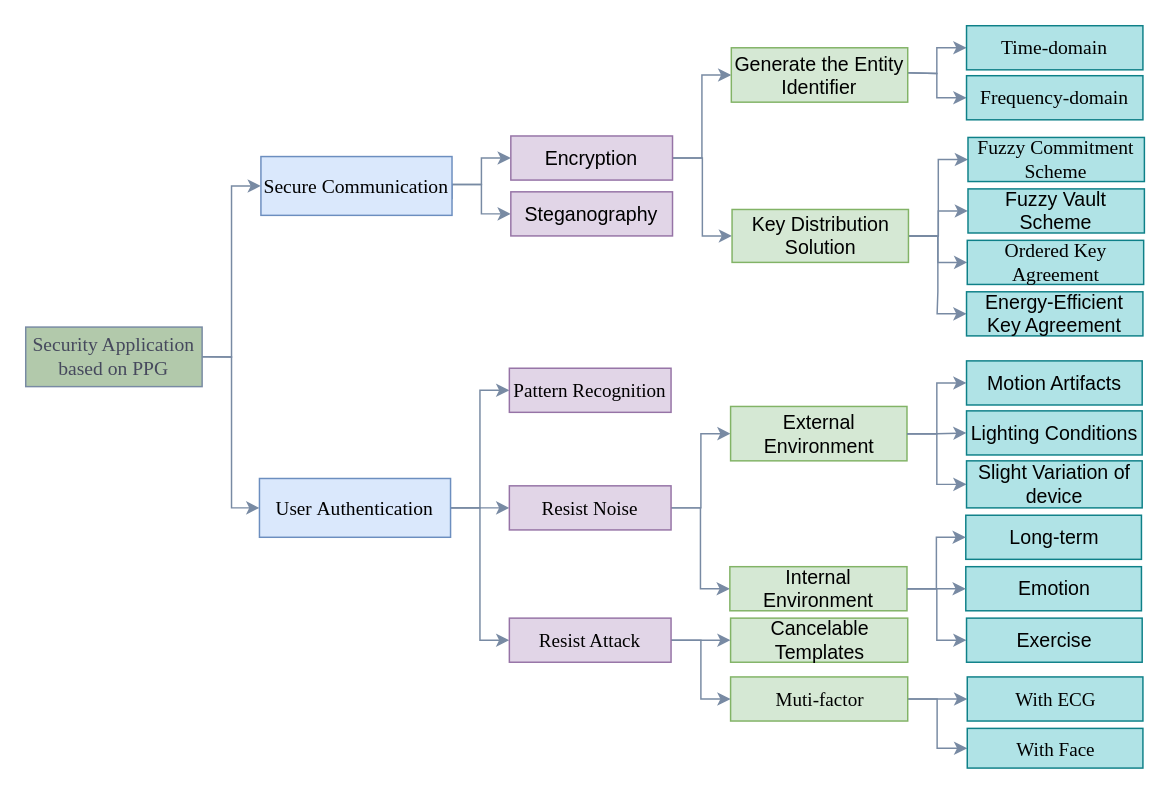
This is classDiagram.drawio from NasTul/Diagrams, a draw.io file, before an edit. Source tidied: cells renumbered, new cells numbered last; positions are measured from the earlier drawing's top-left corner, leaving out a move shared by most shapes. Both pictures are drawn from the tidied source at 147%, with x=0, y=0 at pixel (25, 25).
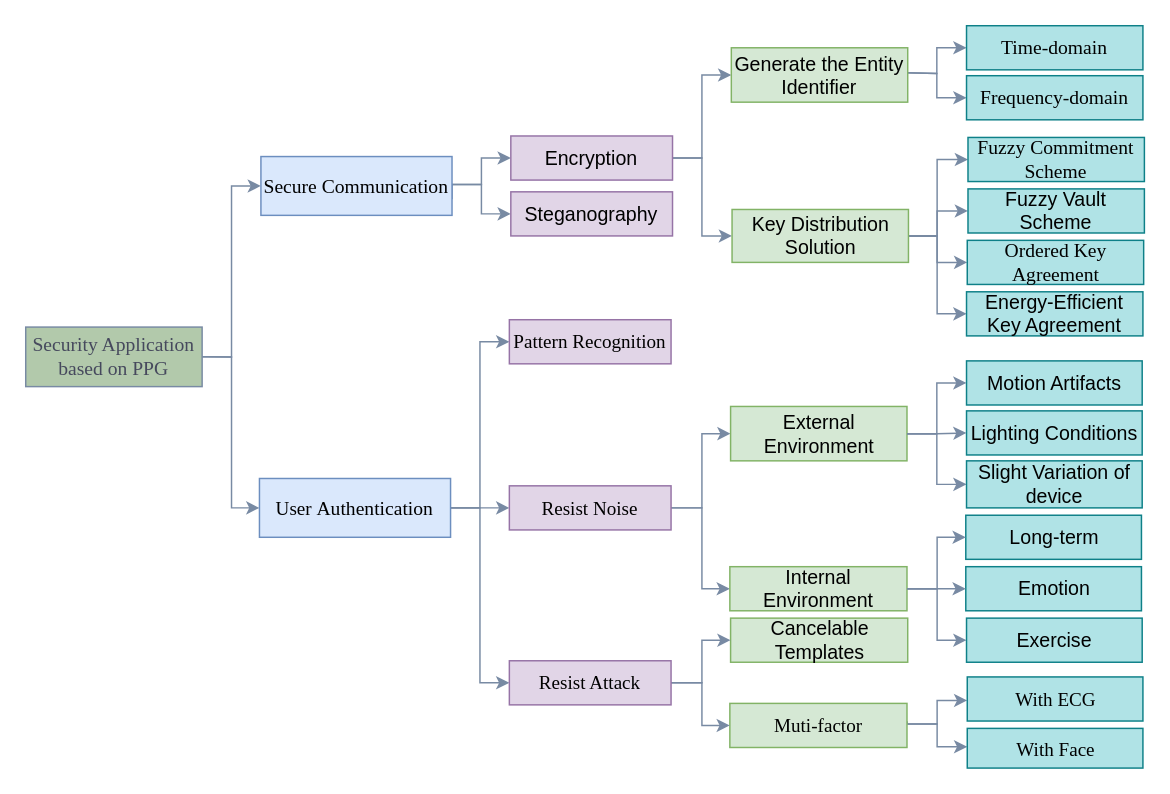
The same diagram, later.

The change refers to these unchanged cells:
```xml
<mxCell id="12" value="&lt;span style=&quot;font-family: &amp;#34;noto_regular&amp;#34; ; font-size: 10pt&quot;&gt;Encryption&lt;/span&gt;" style="rounded=0;whiteSpace=wrap;html=1;fillColor=#e1d5e7;strokeColor=#9673a6;" parent="1" vertex="1">
  <mxGeometry x="330" y="75" width="110" height="30" as="geometry" />
</mxCell>
<mxCell id="16" value="&lt;span style=&quot;font-family: &amp;#34;noto_regular&amp;#34; ; font-size: 10pt&quot;&gt;Generate the Entity Identifier&lt;/span&gt;" style="rounded=0;whiteSpace=wrap;html=1;fillColor=#d5e8d4;strokeColor=#82b366;" parent="1" vertex="1">
  <mxGeometry x="480" y="15" width="120" height="37" as="geometry" />
</mxCell>
<mxCell id="21" value="&lt;span style=&quot;font-family: &amp;#34;noto_regular&amp;#34; ; font-size: 10pt&quot;&gt;Key Distribution Solution&lt;/span&gt;" style="rounded=0;whiteSpace=wrap;html=1;fillColor=#d5e8d4;strokeColor=#82b366;" parent="1" vertex="1">
  <mxGeometry x="480.5" y="125" width="120" height="36" as="geometry" />
</mxCell>
<mxCell id="22" value="&lt;span style=&quot;font-size: 10pt&quot;&gt;&lt;font face=&quot;Times New Roman&quot;&gt;Fuzzy Commitment Scheme&lt;/font&gt;&lt;/span&gt;" style="rounded=0;whiteSpace=wrap;html=1;fillColor=#b0e3e6;strokeColor=#0e8088;" parent="1" vertex="1">
  <mxGeometry x="641" y="76" width="120" height="30" as="geometry" />
</mxCell>
<mxCell id="23" value="&lt;span style=&quot;font-family: &amp;#34;noto_regular&amp;#34; ; font-size: 10pt&quot;&gt;Fuzzy Vault Scheme&lt;/span&gt;" style="rounded=0;whiteSpace=wrap;html=1;fillColor=#b0e3e6;strokeColor=#0e8088;" parent="1" vertex="1">
  <mxGeometry x="641" y="111" width="120" height="30" as="geometry" />
</mxCell>
<mxCell id="24" value="&lt;span style=&quot;font-size: 10pt&quot;&gt;&lt;font face=&quot;Times New Roman&quot;&gt;Ordered Key Agreement&lt;/font&gt;&lt;/span&gt;" style="rounded=0;whiteSpace=wrap;html=1;fillColor=#b0e3e6;strokeColor=#0e8088;" parent="1" vertex="1">
  <mxGeometry x="640.5" y="146" width="120" height="30" as="geometry" />
</mxCell>
<mxCell id="25" value="&lt;span style=&quot;font-family: &amp;#34;noto_regular&amp;#34; ; font-size: 10pt&quot;&gt;Energy-Efficient Key Agreement&lt;/span&gt;" style="rounded=0;whiteSpace=wrap;html=1;fillColor=#b0e3e6;strokeColor=#0e8088;" parent="1" vertex="1">
  <mxGeometry x="640" y="181" width="120" height="30" as="geometry" />
</mxCell>
<mxCell id="26" value="&lt;font face=&quot;noto_regular&quot;&gt;&lt;span style=&quot;font-size: 13.3333px&quot;&gt;External Environment&lt;/span&gt;&lt;/font&gt;" style="rounded=0;whiteSpace=wrap;html=1;fillColor=#d5e8d4;strokeColor=#82b366;" parent="1" vertex="1">
  <mxGeometry x="479.5" y="259" width="120" height="37" as="geometry" />
</mxCell>
<mxCell id="34" value="&lt;p&gt;&lt;font face=&quot;noto_regular&quot;&gt;&lt;span style=&quot;font-size: 13.3333px&quot;&gt;Internal Environment&lt;/span&gt;&lt;/font&gt;&lt;br&gt;&lt;/p&gt;" style="rounded=0;whiteSpace=wrap;html=1;fillColor=#d5e8d4;strokeColor=#82b366;" parent="1" vertex="1">
  <mxGeometry x="479" y="368" width="120.5" height="30" as="geometry" />
</mxCell>
<mxCell id="39" value="&lt;font face=&quot;Times New Roman&quot;&gt;Resist Noise&lt;/font&gt;" style="rounded=0;whiteSpace=wrap;html=1;fontSize=13;fillColor=#e1d5e7;strokeColor=#9673a6;" parent="1" vertex="1">
  <mxGeometry x="329" y="313" width="110" height="30" as="geometry" />
</mxCell>
<mxCell id="45" value="&lt;font face=&quot;Times New Roman&quot;&gt;With&amp;nbsp;ECG&lt;/font&gt;" style="whiteSpace=wrap;html=1;rounded=0;fontSize=13;strokeColor=#0e8088;fillColor=#b0e3e6;" parent="1" vertex="1">
  <mxGeometry x="640.5" y="443" width="119.5" height="30" as="geometry" />
</mxCell>
<mxCell id="46" value="&lt;font face=&quot;Times New Roman&quot;&gt;With&amp;nbsp;Face&lt;/font&gt;" style="whiteSpace=wrap;html=1;rounded=0;fontSize=13;strokeColor=#0e8088;fillColor=#b0e3e6;" parent="1" vertex="1">
  <mxGeometry x="640.5" y="478" width="119.5" height="27" as="geometry" />
</mxCell>
<mxCell id="47" value="&lt;font face=&quot;noto_regular&quot;&gt;&lt;span style=&quot;font-size: 13.3333px&quot;&gt;Long-term&lt;/span&gt;&lt;/font&gt;" style="rounded=0;whiteSpace=wrap;html=1;fillColor=#b0e3e6;strokeColor=#0e8088;" parent="1" vertex="1">
  <mxGeometry x="639.5" y="333" width="119.5" height="30" as="geometry" />
</mxCell>
<mxCell id="52" value="&lt;span style=&quot;font-family: &amp;#34;noto_regular&amp;#34; ; font-size: 10pt&quot;&gt;Cancelable Templates&lt;/span&gt;" style="rounded=0;whiteSpace=wrap;html=1;fillColor=#d5e8d4;strokeColor=#82b366;" parent="1" vertex="1">
  <mxGeometry x="479.5" y="403" width="120.5" height="30" as="geometry" />
</mxCell>
<mxCell id="56" value="&lt;font face=&quot;noto_regular&quot;&gt;&lt;span style=&quot;font-size: 13.3333px&quot;&gt;Exercise&lt;/span&gt;&lt;/font&gt;" style="rounded=0;whiteSpace=wrap;html=1;fillColor=#b0e3e6;strokeColor=#0e8088;" parent="1" vertex="1">
  <mxGeometry x="640" y="403" width="119.5" height="30" as="geometry" />
</mxCell>
```

What changed in the source:
```diff
@@
     <mxCell id="5" style="edgeStyle=orthogonalEdgeStyle;rounded=0;jettySize=auto;html=1;entryX=0;entryY=0.5;entryDx=0;entryDy=0;fillColor=#B2C9AB;strokeColor=#788AA3;exitX=1;exitY=0.5;exitDx=0;exitDy=0;fontColor=#46495D;" parent="1" edge="1" source="39" target="26">
-      <mxGeometry relative="1" as="geometry" />
+      <mxGeometry relative="1" as="geometry">
+        <Array as="points">
+          <mxPoint x="460" y="328" />
+          <mxPoint x="460" y="277" />
+        </Array>
+      </mxGeometry>
     </mxCell>
     <mxCell id="6" style="edgeStyle=orthogonalEdgeStyle;rounded=0;jettySize=auto;html=1;entryX=0;entryY=0.5;entryDx=0;entryDy=0;fillColor=#B2C9AB;strokeColor=#788AA3;exitX=1;exitY=0.5;exitDx=0;exitDy=0;fontColor=#46495D;" parent="1" edge="1" source="39" target="34">
-      <mxGeometry relative="1" as="geometry" />
+      <mxGeometry relative="1" as="geometry">
+        <Array as="points">
+          <mxPoint x="460" y="328" />
+          <mxPoint x="460" y="383" />
+        </Array>
+      </mxGeometry>
     </mxCell>
@@
     <mxCell id="10" style="edgeStyle=orthogonalEdgeStyle;rounded=0;jettySize=auto;html=1;entryX=0;entryY=0.5;entryDx=0;entryDy=0;fillColor=#B2C9AB;strokeColor=#788AA3;fontColor=#46495D;exitX=1;exitY=0.5;exitDx=0;exitDy=0;" parent="1" edge="1" source="12" target="16">
-      <mxGeometry relative="1" as="geometry" />
+      <mxGeometry relative="1" as="geometry">
+        <Array as="points">
+          <mxPoint x="460" y="90" />
+          <mxPoint x="460" y="34" />
+        </Array>
+      </mxGeometry>
     </mxCell>
     <mxCell id="11" style="edgeStyle=orthogonalEdgeStyle;rounded=0;jettySize=auto;html=1;entryX=0;entryY=0.5;entryDx=0;entryDy=0;fillColor=#B2C9AB;strokeColor=#788AA3;fontColor=#46495D;exitX=1;exitY=0.5;exitDx=0;exitDy=0;" parent="1" edge="1" source="12" target="21">
-      <mxGeometry relative="1" as="geometry" />
+      <mxGeometry relative="1" as="geometry">
+        <Array as="points">
+          <mxPoint x="460" y="90" />
+          <mxPoint x="460" y="143" />
+        </Array>
+      </mxGeometry>
     </mxCell>
@@
     <mxCell id="17" style="edgeStyle=orthogonalEdgeStyle;rounded=0;jettySize=auto;html=1;entryX=0;entryY=0.5;entryDx=0;entryDy=0;fillColor=#B2C9AB;strokeColor=#788AA3;fontColor=#46495D;" parent="1" edge="1" source="21" target="22">
-      <mxGeometry relative="1" as="geometry" />
+      <mxGeometry relative="1" as="geometry">
+        <Array as="points">
+          <mxPoint x="620" y="143" />
+          <mxPoint x="620" y="91" />
+        </Array>
+      </mxGeometry>
     </mxCell>
     <mxCell id="18" style="edgeStyle=orthogonalEdgeStyle;rounded=0;jettySize=auto;html=1;fillColor=#B2C9AB;strokeColor=#788AA3;entryX=0;entryY=0.5;entryDx=0;entryDy=0;fontColor=#46495D;" parent="1" edge="1" source="21" target="23">
-      <mxGeometry relative="1" as="geometry" />
+      <mxGeometry relative="1" as="geometry">
+        <Array as="points">
+          <mxPoint x="620" y="143" />
+          <mxPoint x="620" y="126" />
+        </Array>
+      </mxGeometry>
     </mxCell>
     <mxCell id="19" style="edgeStyle=orthogonalEdgeStyle;rounded=0;jettySize=auto;html=1;entryX=0;entryY=0.5;entryDx=0;entryDy=0;fillColor=#B2C9AB;strokeColor=#788AA3;fontColor=#46495D;" parent="1" edge="1" source="21" target="24">
-      <mxGeometry relative="1" as="geometry" />
+      <mxGeometry relative="1" as="geometry">
+        <Array as="points">
+          <mxPoint x="620" y="143" />
+          <mxPoint x="620" y="161" />
+        </Array>
+      </mxGeometry>
     </mxCell>
     <mxCell id="20" style="edgeStyle=orthogonalEdgeStyle;rounded=0;jettySize=auto;html=1;entryX=0;entryY=0.5;entryDx=0;entryDy=0;fillColor=#B2C9AB;strokeColor=#788AA3;fontColor=#46495D;" parent="1" edge="1" source="21" target="25">
-      <mxGeometry relative="1" as="geometry" />
+      <mxGeometry relative="1" as="geometry">
+        <Array as="points">
+          <mxPoint x="620" y="143" />
+          <mxPoint x="620" y="196" />
+        </Array>
+      </mxGeometry>
     </mxCell>
@@
     <mxCell id="33" style="edgeStyle=orthogonalEdgeStyle;rounded=0;jettySize=auto;html=1;entryX=0;entryY=0.5;entryDx=0;entryDy=0;fillColor=#dae8fc;strokeColor=#788AA3;" parent="1" edge="1" source="34" target="56">
-      <mxGeometry relative="1" as="geometry" />
+      <mxGeometry relative="1" as="geometry">
+        <Array as="points">
+          <mxPoint x="620" y="383" />
+          <mxPoint x="620" y="418" />
+        </Array>
+      </mxGeometry>
     </mxCell>
@@
-    <mxCell id="40" style="edgeStyle=orthogonalEdgeStyle;rounded=0;jettySize=auto;html=1;entryX=0;entryY=0.5;entryDx=0;entryDy=0;fillColor=#B2C9AB;strokeColor=#788AA3;fontColor=#46495D;exitX=1;exitY=0.5;exitDx=0;exitDy=0;" parent="1" edge="1" source="42" target="45">
+    <mxCell id="40" style="edgeStyle=orthogonalEdgeStyle;rounded=0;orthogonalLoop=1;jettySize=auto;html=1;entryX=0;entryY=0.5;entryDx=0;entryDy=0;fillColor=#B2C9AB;strokeColor=#788AA3;fontColor=#46495D;" parent="1" edge="1">
       <mxGeometry relative="1" as="geometry">
+        <mxPoint x="600" y="475" as="sourcePoint" />
+        <mxPoint x="640.5" y="459" as="targetPoint" />
         <Array as="points">
-          <mxPoint x="641" y="458" />
+          <mxPoint x="620" y="475" />
+          <mxPoint x="620" y="459" />
         </Array>
       </mxGeometry>
     </mxCell>
-    <mxCell id="41" style="edgeStyle=orthogonalEdgeStyle;rounded=0;jettySize=auto;html=1;entryX=0;entryY=0.5;entryDx=0;entryDy=0;fillColor=#B2C9AB;strokeColor=#788AA3;fontColor=#46495D;exitX=1;exitY=0.5;exitDx=0;exitDy=0;" parent="1" edge="1" source="42" target="46">
+    <mxCell id="41" style="edgeStyle=orthogonalEdgeStyle;rounded=0;orthogonalLoop=1;jettySize=auto;html=1;entryX=0;entryY=0.5;entryDx=0;entryDy=0;fillColor=#B2C9AB;strokeColor=#788AA3;fontColor=#46495D;exitX=1.001;exitY=0.474;exitDx=0;exitDy=0;exitPerimeter=0;" parent="1" edge="1">
       <mxGeometry relative="1" as="geometry">
+        <mxPoint x="599.6" y="473.2" as="sourcePoint" />
+        <mxPoint x="640.5" y="490.5" as="targetPoint" />
         <Array as="points">
-          <mxPoint x="620" y="458" />
+          <mxPoint x="600" y="475" />
+          <mxPoint x="620" y="475" />
           <mxPoint x="620" y="491" />
         </Array>
       </mxGeometry>
     </mxCell>
     <mxCell id="42" value="&lt;font face=&quot;Times New Roman&quot;&gt;Muti-factor&lt;/font&gt;" style="rounded=0;whiteSpace=wrap;html=1;fontSize=13;fillColor=#d5e8d4;strokeColor=#82b366;" parent="1" vertex="1">
-      <mxGeometry x="479.5" y="443" width="120.5" height="30" as="geometry" />
+      <mxGeometry x="479" y="461" width="120.5" height="30" as="geometry" />
     </mxCell>
@@
     <mxCell id="48" style="edgeStyle=orthogonalEdgeStyle;rounded=0;jettySize=auto;html=1;fillColor=#B2C9AB;exitX=1;exitY=0.5;exitDx=0;exitDy=0;fontColor=#46495D;entryX=0;entryY=0.5;entryDx=0;entryDy=0;strokeColor=#788AA3;" parent="1" edge="1" source="34" target="47">
-      <mxGeometry relative="1" as="geometry" />
+      <mxGeometry relative="1" as="geometry">
+        <Array as="points">
+          <mxPoint x="620" y="383" />
+          <mxPoint x="620" y="348" />
+        </Array>
+      </mxGeometry>
     </mxCell>
@@
     <mxCell id="51" value="&lt;font face=&quot;Times New Roman&quot;&gt;Pattern Recognition&lt;/font&gt;" style="rounded=0;whiteSpace=wrap;html=1;fontSize=13;fillColor=#e1d5e7;strokeColor=#9673a6;" parent="1" vertex="1">
-      <mxGeometry x="329" y="233" width="110" height="30" as="geometry" />
+      <mxGeometry x="329" y="200" width="110" height="30" as="geometry" />
     </mxCell>
@@
-    <mxCell id="53" style="edgeStyle=orthogonalEdgeStyle;rounded=0;jettySize=auto;html=1;entryX=0;entryY=0.5;entryDx=0;entryDy=0;shadow=0;fillColor=#dae8fc;strokeColor=#788AA3;" parent="1" edge="1" source="55" target="42">
-      <mxGeometry relative="1" as="geometry" />
+    <mxCell id="53" style="edgeStyle=orthogonalEdgeStyle;rounded=0;orthogonalLoop=1;jettySize=auto;html=1;entryX=0;entryY=0.5;entryDx=0;entryDy=0;shadow=0;fillColor=#dae8fc;strokeColor=#788AA3;" parent="1" edge="1">
+      <mxGeometry relative="1" as="geometry">
+        <mxPoint x="439" y="447" as="sourcePoint" />
+        <mxPoint x="479" y="476" as="targetPoint" />
+        <Array as="points">
+          <mxPoint x="460" y="447" />
+          <mxPoint x="460" y="476" />
+        </Array>
+      </mxGeometry>
     </mxCell>
     <mxCell id="54" style="edgeStyle=orthogonalEdgeStyle;rounded=0;jettySize=auto;html=1;entryX=0;entryY=0.5;entryDx=0;entryDy=0;shadow=0;fillColor=#dae8fc;strokeColor=#788AA3;" parent="1" edge="1" source="55" target="52">
-      <mxGeometry relative="1" as="geometry" />
+      <mxGeometry relative="1" as="geometry">
+        <Array as="points">
+          <mxPoint x="460" y="447" />
+          <mxPoint x="460" y="418" />
+        </Array>
+      </mxGeometry>
     </mxCell>
     <mxCell id="55" value="&lt;font face=&quot;Times New Roman&quot;&gt;Resist Attack&lt;/font&gt;" style="rounded=0;whiteSpace=wrap;html=1;fontSize=13;fillColor=#e1d5e7;strokeColor=#9673a6;" parent="1" vertex="1">
-      <mxGeometry x="329" y="403" width="110" height="30" as="geometry" />
+      <mxGeometry x="329" y="432" width="110" height="30" as="geometry" />
     </mxCell>
```
